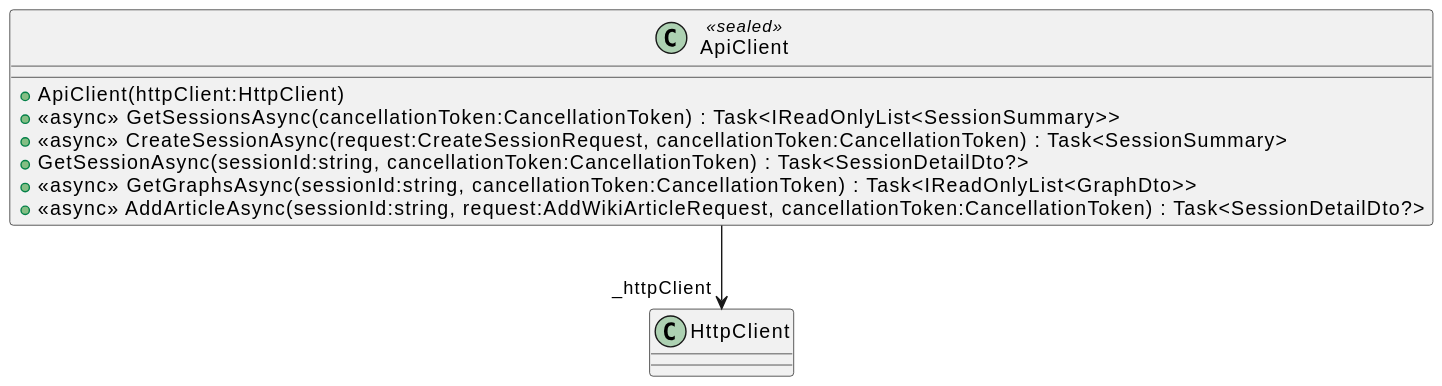
Above: uml/WikiGraph.Client/Services/ApiClient.svg in Tirth-Thakkar/WikiGraph (PlantUML), before the change. Its diagram source:
```plantuml
@startuml
class ApiClient <<sealed>> {
    + ApiClient(httpClient:HttpClient)
    + <<async>> GetSessionsAsync(cancellationToken:CancellationToken) : Task<IReadOnlyList<SessionSummary>>
    + <<async>> CreateSessionAsync(request:CreateSessionRequest, cancellationToken:CancellationToken) : Task<SessionSummary>
    + GetSessionAsync(sessionId:string, cancellationToken:CancellationToken) : Task<SessionDetailDto?>
    + <<async>> GetGraphsAsync(sessionId:string, cancellationToken:CancellationToken) : Task<IReadOnlyList<GraphDto>>
    + <<async>> AddArticleAsync(sessionId:string, request:AddWikiArticleRequest, cancellationToken:CancellationToken) : Task<SessionDetailDto?>
}
ApiClient --> "_httpClient" HttpClient
@enduml
```
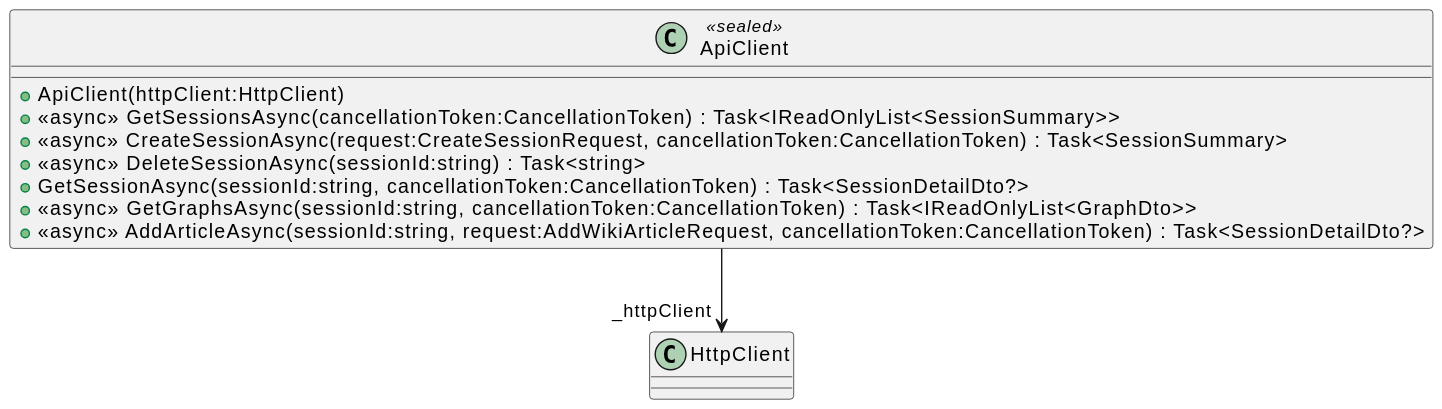
The same diagram one commit later.

What changed in the source:
```diff
@@ -3,6 +3,7 @@
     + ApiClient(httpClient:HttpClient)
     + <<async>> GetSessionsAsync(cancellationToken:CancellationToken) : Task<IReadOnlyList<SessionSummary>>
     + <<async>> CreateSessionAsync(request:CreateSessionRequest, cancellationToken:CancellationToken) : Task<SessionSummary>
+    + <<async>> DeleteSessionAsync(sessionId:string) : Task<string>
     + GetSessionAsync(sessionId:string, cancellationToken:CancellationToken) : Task<SessionDetailDto?>
     + <<async>> GetGraphsAsync(sessionId:string, cancellationToken:CancellationToken) : Task<IReadOnlyList<GraphDto>>
     + <<async>> AddArticleAsync(sessionId:string, request:AddWikiArticleRequest, cancellationToken:CancellationToken) : Task<SessionDetailDto?>
```
